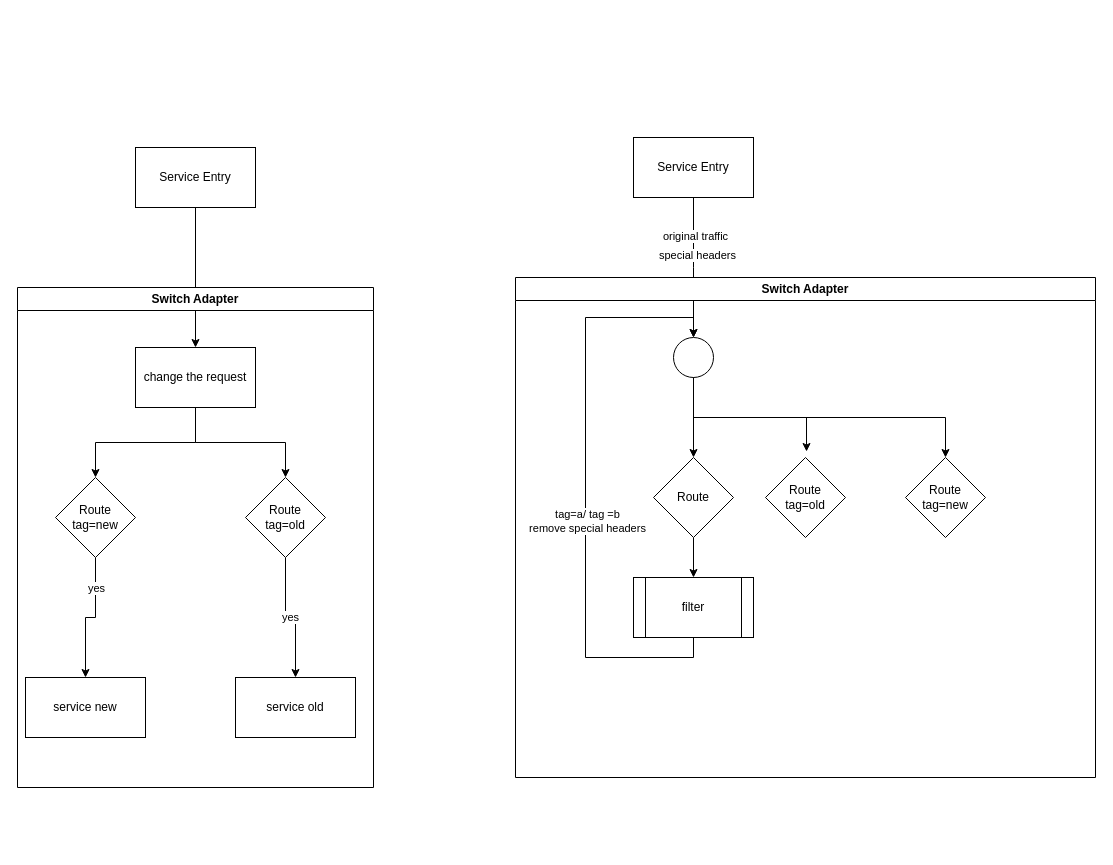
Above: http convert.drawio in catface996/images (draw.io), before the change. Source tidied: cells renumbered, new cells numbered last; positions are measured from the earlier drawing's top-left corner, leaving out a move shared by most shapes. Both pictures are drawn from the tidied source at 100%, with x=0, y=0 at pixel (17, 137).
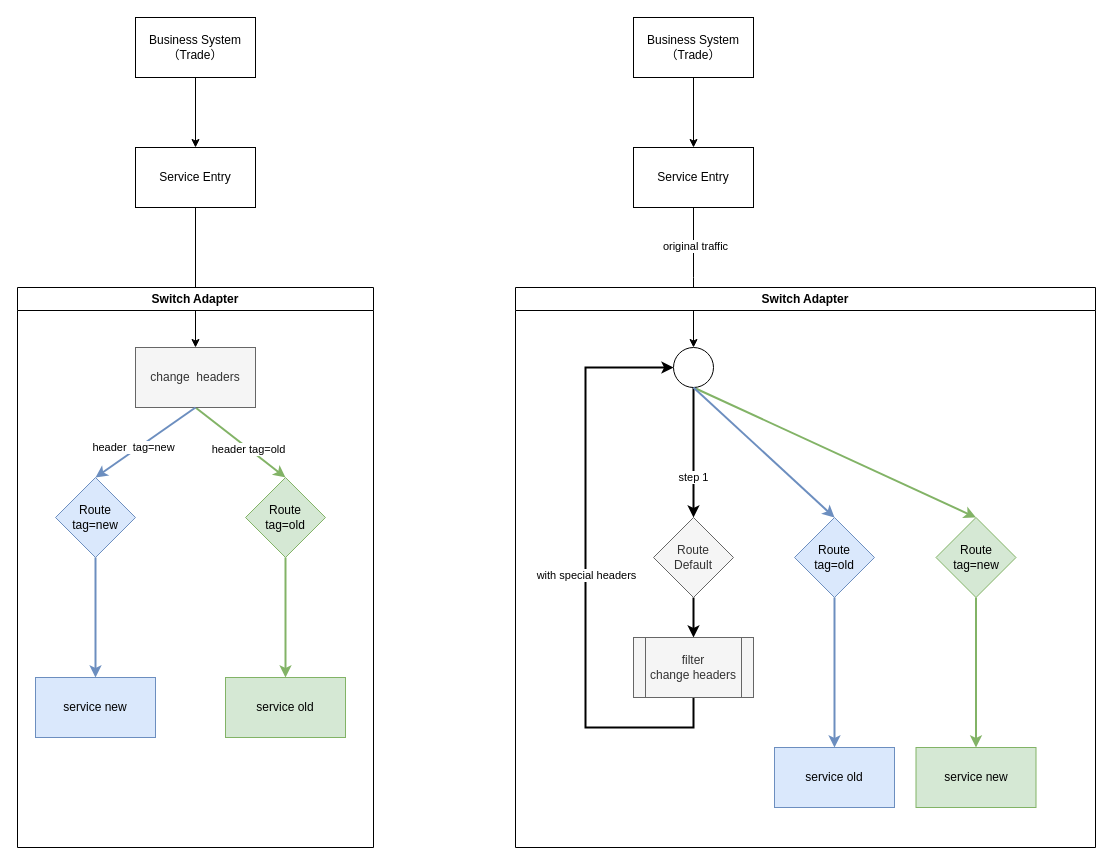
The same page after the edit.

Unchanged cells that the change refers to:
```xml
<mxCell id="3" value="Service Entry" style="rounded=0;whiteSpace=wrap;html=1;" parent="1" vertex="1">
  <mxGeometry x="118" y="10" width="120" height="60" as="geometry" />
</mxCell>
<mxCell id="29" style="ellipse;whiteSpace=wrap;html=1;" parent="19" vertex="1">
  <mxGeometry x="158" y="60" width="40" height="40" as="geometry" />
</mxCell>
```

Change to the diagram source:
```diff
@@
     <mxCell id="4" value="Switch Adapter" style="swimlane;whiteSpace=wrap;html=1;" parent="1" vertex="1">
-      <mxGeometry y="150" width="356" height="500" as="geometry" />
+      <mxGeometry y="150" width="356" height="560" as="geometry" />
     </mxCell>
-    <mxCell id="5" style="edgeStyle=orthogonalEdgeStyle;rounded=0;jettySize=auto;html=1;entryX=0.5;entryY=0;entryDx=0;entryDy=0;exitX=0.5;exitY=1;exitDx=0;exitDy=0;" parent="4" edge="1" source="6" target="12">
+    <mxCell id="5" style="rounded=0;jettySize=auto;html=1;entryX=0.5;entryY=0;entryDx=0;entryDy=0;exitX=0.5;exitY=1;exitDx=0;exitDy=0;fillColor=#d5e8d4;strokeColor=#82b366;strokeWidth=2;" parent="4" edge="1" source="6" target="12">
       <mxGeometry relative="1" as="geometry" />
     </mxCell>
+    <mxCell id="31" value="header tag=old" style="edgeLabel;html=1;align=center;verticalAlign=middle;" parent="5" vertex="1">
+      <mxGeometry x="0.18" relative="1" as="geometry" />
+    </mxCell>
-    <mxCell id="6" value="change the request" style="rounded=0;whiteSpace=wrap;html=1;" parent="4" vertex="1">
+    <mxCell id="6" value="change&amp;nbsp; headers" style="rounded=0;whiteSpace=wrap;html=1;fillColor=#f5f5f5;strokeColor=#666666;fontColor=#333333;" parent="4" vertex="1">
       <mxGeometry x="118" y="60" width="120" height="60" as="geometry" />
     </mxCell>
-    <mxCell id="7" style="edgeStyle=orthogonalEdgeStyle;rounded=0;jettySize=auto;html=1;entryX=0.5;entryY=0;entryDx=0;entryDy=0;" parent="4" edge="1" source="9" target="13">
+    <mxCell id="7" style="edgeStyle=orthogonalEdgeStyle;rounded=0;jettySize=auto;html=1;entryX=0.5;entryY=0;entryDx=0;entryDy=0;fillColor=#dae8fc;strokeColor=#6c8ebf;strokeWidth=2;" parent="4" edge="1" source="9" target="13">
       <mxGeometry relative="1" as="geometry" />
     </mxCell>
-    <mxCell id="8" value="yes" style="edgeLabel;html=1;align=center;verticalAlign=middle;" parent="7" vertex="1">
-      <mxGeometry x="-0.54" relative="1" as="geometry" />
-    </mxCell>
-    <mxCell id="9" value="Route&lt;br&gt;tag=new" style="rhombus;whiteSpace=wrap;html=1;" parent="4" vertex="1">
+    <mxCell id="9" value="Route&lt;br&gt;tag=new" style="rhombus;whiteSpace=wrap;html=1;fillColor=#dae8fc;strokeColor=#6c8ebf;" parent="4" vertex="1">
       <mxGeometry x="38" y="190" width="80" height="80" as="geometry" />
     </mxCell>
-    <mxCell id="10" style="edgeStyle=orthogonalEdgeStyle;rounded=0;jettySize=auto;html=1;entryX=0.5;entryY=0;entryDx=0;entryDy=0;" parent="4" edge="1" source="6" target="9">
+    <mxCell id="10" style="rounded=0;jettySize=auto;html=1;entryX=0.5;entryY=0;entryDx=0;entryDy=0;exitX=0.5;exitY=1;exitDx=0;exitDy=0;fillColor=#dae8fc;strokeColor=#6c8ebf;strokeWidth=2;" parent="4" edge="1" source="6" target="9">
       <mxGeometry relative="1" as="geometry" />
     </mxCell>
+    <mxCell id="32" value="header&amp;nbsp; tag=new" style="edgeLabel;html=1;align=center;verticalAlign=middle;" parent="10" vertex="1">
+      <mxGeometry x="0.21" y="-3" relative="1" as="geometry" />
+    </mxCell>
-    <mxCell id="11" value="yes" style="edgeStyle=orthogonalEdgeStyle;rounded=0;jettySize=auto;html=1;entryX=0.5;entryY=0;entryDx=0;entryDy=0;exitX=0.5;exitY=1;exitDx=0;exitDy=0;" parent="4" edge="1" source="12" target="14">
+    <mxCell id="11" style="edgeStyle=orthogonalEdgeStyle;rounded=0;jettySize=auto;html=1;entryX=0.5;entryY=0;entryDx=0;entryDy=0;exitX=0.5;exitY=1;exitDx=0;exitDy=0;fillColor=#d5e8d4;strokeColor=#82b366;strokeWidth=2;" parent="4" edge="1" source="12" target="14">
       <mxGeometry relative="1" as="geometry" />
     </mxCell>
-    <mxCell id="12" value="Route&lt;br&gt;tag=old" style="rhombus;whiteSpace=wrap;html=1;" parent="4" vertex="1">
+    <mxCell id="12" value="Route&lt;br&gt;tag=old" style="rhombus;whiteSpace=wrap;html=1;fillColor=#d5e8d4;strokeColor=#82b366;" parent="4" vertex="1">
       <mxGeometry x="228" y="190" width="80" height="80" as="geometry" />
     </mxCell>
-    <mxCell id="13" value="service new" style="rounded=0;whiteSpace=wrap;html=1;" parent="4" vertex="1">
-      <mxGeometry x="8" y="390" width="120" height="60" as="geometry" />
+    <mxCell id="13" value="service new" style="rounded=0;whiteSpace=wrap;html=1;fillColor=#dae8fc;strokeColor=#6c8ebf;" parent="4" vertex="1">
+      <mxGeometry x="18" y="390" width="120" height="60" as="geometry" />
     </mxCell>
-    <mxCell id="14" value="service old" style="rounded=0;whiteSpace=wrap;html=1;" parent="4" vertex="1">
-      <mxGeometry x="218" y="390" width="120" height="60" as="geometry" />
+    <mxCell id="14" value="service old" style="rounded=0;whiteSpace=wrap;html=1;fillColor=#d5e8d4;strokeColor=#82b366;" parent="4" vertex="1">
+      <mxGeometry x="208" y="390" width="120" height="60" as="geometry" />
     </mxCell>
     <mxCell id="15" style="edgeStyle=orthogonalEdgeStyle;rounded=0;jettySize=auto;html=1;entryX=0.5;entryY=0;entryDx=0;entryDy=0;" parent="1" edge="1" source="18">
       <mxGeometry relative="1" as="geometry">
-        <mxPoint x="676" y="200" as="targetPoint" />
+        <mxPoint x="676" y="210" as="targetPoint" />
       </mxGeometry>
     </mxCell>
@@
-    <mxCell id="17" value="special headers" style="edgeLabel;html=1;align=center;verticalAlign=middle;" parent="15" vertex="1">
-      <mxGeometry x="-0.19" y="3" relative="1" as="geometry" />
-    </mxCell>
     <mxCell id="18" value="Service Entry" style="rounded=0;whiteSpace=wrap;html=1;" parent="1" vertex="1">
-      <mxGeometry x="616" width="120" height="60" as="geometry" />
+      <mxGeometry x="616" y="10" width="120" height="60" as="geometry" />
     </mxCell>
     <mxCell id="19" value="Switch Adapter" style="swimlane;whiteSpace=wrap;html=1;" parent="1" vertex="1">
-      <mxGeometry x="498" y="140" width="580" height="500" as="geometry" />
+      <mxGeometry x="498" y="150" width="580" height="560" as="geometry" />
     </mxCell>
-    <mxCell id="20" style="edgeStyle=orthogonalEdgeStyle;rounded=0;jettySize=auto;html=1;entryX=0.5;entryY=0;entryDx=0;entryDy=0;" parent="19" edge="1" source="21" target="24">
+    <mxCell id="20" style="edgeStyle=orthogonalEdgeStyle;rounded=0;jettySize=auto;html=1;entryX=0.5;entryY=0;entryDx=0;entryDy=0;strokeWidth=2;" parent="19" edge="1" source="21" target="24">
       <mxGeometry relative="1" as="geometry" />
     </mxCell>
-    <mxCell id="21" value="Route" style="rhombus;whiteSpace=wrap;html=1;" parent="19" vertex="1">
-      <mxGeometry x="138" y="180" width="80" height="80" as="geometry" />
+    <mxCell id="21" value="Route&lt;br&gt;Default" style="rhombus;whiteSpace=wrap;html=1;fillColor=#f5f5f5;fontColor=#333333;strokeColor=#666666;" parent="19" vertex="1">
+      <mxGeometry x="138" y="230" width="80" height="80" as="geometry" />
     </mxCell>
-    <mxCell id="22" style="edgeStyle=orthogonalEdgeStyle;rounded=0;jettySize=auto;html=1;entryX=0.5;entryY=0;entryDx=0;entryDy=0;exitX=0.5;exitY=1;exitDx=0;exitDy=0;" parent="19" edge="1" source="24" target="29">
+    <mxCell id="22" style="edgeStyle=orthogonalEdgeStyle;rounded=0;jettySize=auto;html=1;entryX=0;entryY=0.5;entryDx=0;entryDy=0;exitX=0.5;exitY=1;exitDx=0;exitDy=0;strokeWidth=2;" parent="19" edge="1" source="24" target="29">
       <mxGeometry relative="1" as="geometry">
         <Array as="points">
-          <mxPoint x="178" y="380" />
-          <mxPoint x="70" y="380" />
-          <mxPoint x="70" y="40" />
-          <mxPoint x="178" y="40" />
+          <mxPoint x="178" y="440" />
+          <mxPoint x="70" y="440" />
+          <mxPoint x="70" y="80" />
         </Array>
       </mxGeometry>
     </mxCell>
-    <mxCell id="23" value="tag=a/ tag =b&lt;br&gt;remove special headers" style="edgeLabel;html=1;align=center;verticalAlign=middle;" parent="22" vertex="1">
-      <mxGeometry x="-0.11" y="-1" relative="1" as="geometry" />
-    </mxCell>
+    <mxCell id="33" value="with special headers" style="edgeLabel;html=1;align=center;verticalAlign=middle;" parent="22" vertex="1">
+      <mxGeometry x="-0.09" y="-2" relative="1" as="geometry">
+        <mxPoint x="-2" y="-24" as="offset" />
+      </mxGeometry>
+    </mxCell>
-    <mxCell id="24" value="filter" style="shape=process;whiteSpace=wrap;html=1;backgroundOutline=1;" parent="19" vertex="1">
-      <mxGeometry x="118" y="300" width="120" height="60" as="geometry" />
+    <mxCell id="24" value="filter&lt;br&gt;change headers" style="shape=process;whiteSpace=wrap;html=1;backgroundOutline=1;fillColor=#f5f5f5;fontColor=#333333;strokeColor=#666666;" parent="19" vertex="1">
+      <mxGeometry x="118" y="350" width="120" height="60" as="geometry" />
     </mxCell>
+    <mxCell id="34" style="edgeStyle=orthogonalEdgeStyle;rounded=0;jettySize=auto;html=1;entryX=0.5;entryY=0;entryDx=0;entryDy=0;fillColor=#dae8fc;strokeColor=#6c8ebf;strokeWidth=2;" parent="19" edge="1" source="25" target="37">
+      <mxGeometry relative="1" as="geometry" />
+    </mxCell>
-    <mxCell id="25" value="Route&lt;br&gt;tag=old" style="rhombus;whiteSpace=wrap;html=1;" parent="19" vertex="1">
-      <mxGeometry x="250" y="180" width="80" height="80" as="geometry" />
+    <mxCell id="25" value="Route&lt;br&gt;tag=old" style="rhombus;whiteSpace=wrap;html=1;fillColor=#dae8fc;strokeColor=#6c8ebf;" parent="19" vertex="1">
+      <mxGeometry x="279" y="230" width="80" height="80" as="geometry" />
     </mxCell>
+    <mxCell id="35" style="edgeStyle=orthogonalEdgeStyle;rounded=0;jettySize=auto;html=1;entryX=0.5;entryY=0;entryDx=0;entryDy=0;fillColor=#d5e8d4;strokeColor=#82b366;strokeWidth=2;" parent="19" edge="1" source="26" target="36">
+      <mxGeometry relative="1" as="geometry" />
+    </mxCell>
-    <mxCell id="26" value="Route&lt;br&gt;tag=new" style="rhombus;whiteSpace=wrap;html=1;" parent="19" vertex="1">
-      <mxGeometry x="390" y="180" width="80" height="80" as="geometry" />
+    <mxCell id="26" value="Route&lt;br&gt;tag=new" style="rhombus;whiteSpace=wrap;html=1;fillColor=#d5e8d4;strokeColor=#82b366;" parent="19" vertex="1">
+      <mxGeometry x="420.5" y="230" width="80" height="80" as="geometry" />
     </mxCell>
-    <mxCell id="27" style="edgeStyle=orthogonalEdgeStyle;rounded=0;jettySize=auto;html=1;entryX=0.5;entryY=0;entryDx=0;entryDy=0;" parent="19" edge="1" source="29" target="21">
-      <mxGeometry relative="1" as="geometry" />
+    <mxCell id="27" value="step 1" style="edgeStyle=orthogonalEdgeStyle;rounded=0;jettySize=auto;html=1;entryX=0.5;entryY=0;entryDx=0;entryDy=0;strokeWidth=2;" parent="19" edge="1" source="29" target="21">
+      <mxGeometry x="0.38" relative="1" as="geometry" />
     </mxCell>
-    <mxCell id="28" style="edgeStyle=orthogonalEdgeStyle;rounded=0;jettySize=auto;html=1;entryX=0.5;entryY=0;entryDx=0;entryDy=0;exitX=0.5;exitY=1;exitDx=0;exitDy=0;" parent="19" edge="1" source="29" target="26">
+    <mxCell id="28" style="rounded=0;jettySize=auto;html=1;entryX=0.5;entryY=0;entryDx=0;entryDy=0;exitX=0.5;exitY=1;exitDx=0;exitDy=0;fillColor=#d5e8d4;strokeColor=#82b366;strokeWidth=2;" parent="19" edge="1" source="29" target="26">
       <mxGeometry relative="1" as="geometry" />
     </mxCell>
@@
-    <mxCell id="30" style="edgeStyle=orthogonalEdgeStyle;rounded=0;jettySize=auto;html=1;entryX=0.513;entryY=-0.075;entryDx=0;entryDy=0;entryPerimeter=0;exitX=0.5;exitY=1;exitDx=0;exitDy=0;" parent="19" edge="1" source="29" target="25">
+    <mxCell id="30" style="rounded=0;jettySize=auto;html=1;entryX=0.5;entryY=0;entryDx=0;entryDy=0;exitX=0.5;exitY=1;exitDx=0;exitDy=0;fillColor=#dae8fc;strokeColor=#6c8ebf;strokeWidth=2;" parent="19" edge="1" source="29" target="25">
       <mxGeometry relative="1" as="geometry" />
     </mxCell>
+    <mxCell id="36" value="service new" style="rounded=0;whiteSpace=wrap;html=1;fillColor=#d5e8d4;strokeColor=#82b366;" parent="19" vertex="1">
+      <mxGeometry x="400.5" y="460" width="120" height="60" as="geometry" />
+    </mxCell>
+    <mxCell id="37" value="service old" style="rounded=0;whiteSpace=wrap;html=1;fillColor=#dae8fc;strokeColor=#6c8ebf;" parent="19" vertex="1">
+      <mxGeometry x="259" y="460" width="120" height="60" as="geometry" />
+    </mxCell>
+    <mxCell id="38" style="edgeStyle=orthogonalEdgeStyle;rounded=0;jettySize=auto;html=1;entryX=0.5;entryY=0;entryDx=0;entryDy=0;" parent="1" edge="1" source="39" target="18">
+      <mxGeometry relative="1" as="geometry" />
+    </mxCell>
+    <mxCell id="39" value="Business System&lt;br&gt;（Trade）" style="rounded=0;whiteSpace=wrap;html=1;" parent="1" vertex="1">
+      <mxGeometry x="616" y="-120" width="120" height="60" as="geometry" />
+    </mxCell>
+    <mxCell id="40" style="edgeStyle=orthogonalEdgeStyle;rounded=0;jettySize=auto;html=1;entryX=0.5;entryY=0;entryDx=0;entryDy=0;" parent="1" edge="1" source="41" target="3">
+      <mxGeometry relative="1" as="geometry" />
+    </mxCell>
+    <mxCell id="41" value="Business System&lt;br&gt;（Trade）" style="rounded=0;whiteSpace=wrap;html=1;" parent="1" vertex="1">
+      <mxGeometry x="118" y="-120" width="120" height="60" as="geometry" />
+    </mxCell>
```
